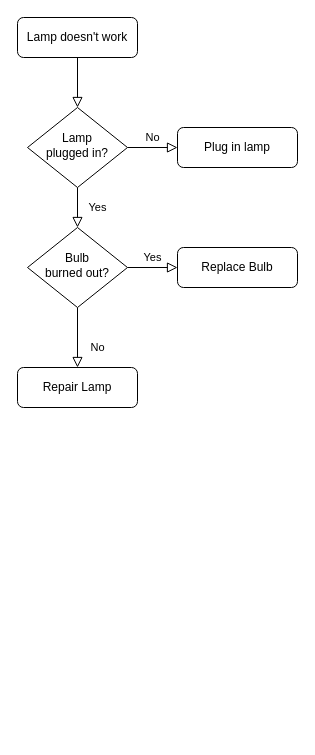
The draw.io diagram media/Diagrama sin título.drawio in mafcht/DEV003-md-links, before the edit. Source tidied: cells renumbered, new cells numbered last; positions are measured from the earlier drawing's top-left corner, leaving out a move shared by most shapes. Both pictures are drawn from the tidied source at 100%, with x=0, y=0 at pixel (17, 17).
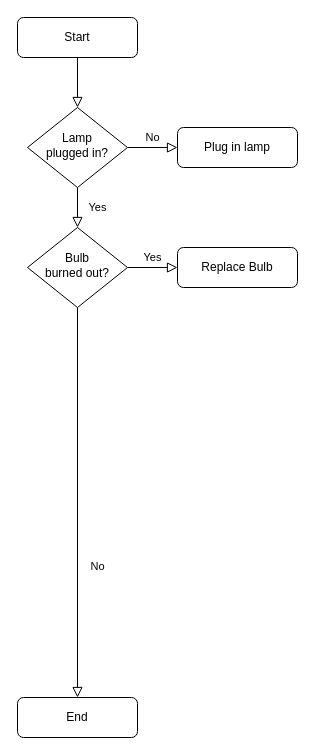
Above is the later version.

What changed in the source:
```diff
@@
 <mxGraphModel>
   <root>
     <mxCell id="0" />
     <mxCell id="1" parent="0" />
     <mxCell id="2" style="rounded=0;html=1;jettySize=auto;fontSize=11;endArrow=block;endFill=0;endSize=8;strokeWidth=1;shadow=0;labelBackgroundColor=none;edgeStyle=orthogonalEdgeStyle;" parent="1" edge="1" source="3" target="6">
       <mxGeometry relative="1" as="geometry" />
     </mxCell>
-    <mxCell id="3" value="Lamp doesn't work" style="rounded=1;whiteSpace=wrap;html=1;fontSize=12;glass=0;strokeWidth=1;shadow=0;" parent="1" vertex="1">
+    <mxCell id="3" value="Start" style="rounded=1;whiteSpace=wrap;html=1;fontSize=12;glass=0;strokeWidth=1;shadow=0;" parent="1" vertex="1">
       <mxGeometry width="120" height="40" as="geometry" />
     </mxCell>
     <mxCell id="4" value="Yes" style="rounded=0;html=1;jettySize=auto;fontSize=11;endArrow=block;endFill=0;endSize=8;strokeWidth=1;shadow=0;labelBackgroundColor=none;edgeStyle=orthogonalEdgeStyle;" parent="1" edge="1" source="6" target="10">
       <mxGeometry y="20" relative="1" as="geometry" />
     </mxCell>
     <mxCell id="5" value="No" style="edgeStyle=orthogonalEdgeStyle;rounded=0;html=1;jettySize=auto;fontSize=11;endArrow=block;endFill=0;endSize=8;strokeWidth=1;shadow=0;labelBackgroundColor=none;" parent="1" edge="1" source="6" target="7">
       <mxGeometry y="10" relative="1" as="geometry" />
     </mxCell>
     <mxCell id="6" value="Lamp&lt;br&gt;plugged in?" style="rhombus;whiteSpace=wrap;html=1;shadow=0;fontFamily=Helvetica;fontSize=12;align=center;strokeWidth=1;spacing=6;spacingTop=-4;" parent="1" vertex="1">
       <mxGeometry x="10" y="90" width="100" height="80" as="geometry" />
     </mxCell>
     <mxCell id="7" value="Plug in lamp" style="rounded=1;whiteSpace=wrap;html=1;fontSize=12;glass=0;strokeWidth=1;shadow=0;" parent="1" vertex="1">
       <mxGeometry x="160" y="110" width="120" height="40" as="geometry" />
     </mxCell>
     <mxCell id="8" value="No" style="rounded=0;html=1;jettySize=auto;fontSize=11;endArrow=block;endFill=0;endSize=8;strokeWidth=1;shadow=0;labelBackgroundColor=none;edgeStyle=orthogonalEdgeStyle;" parent="1" edge="1" source="10" target="11">
       <mxGeometry x="0.33" y="20" relative="1" as="geometry" />
     </mxCell>
     <mxCell id="9" value="Yes" style="edgeStyle=orthogonalEdgeStyle;rounded=0;html=1;jettySize=auto;fontSize=11;endArrow=block;endFill=0;endSize=8;strokeWidth=1;shadow=0;labelBackgroundColor=none;" parent="1" edge="1" source="10" target="12">
       <mxGeometry y="10" relative="1" as="geometry" />
     </mxCell>
     <mxCell id="10" value="Bulb&lt;br&gt;burned out?" style="rhombus;whiteSpace=wrap;html=1;shadow=0;fontFamily=Helvetica;fontSize=12;align=center;strokeWidth=1;spacing=6;spacingTop=-4;" parent="1" vertex="1">
       <mxGeometry x="10" y="210" width="100" height="80" as="geometry" />
     </mxCell>
-    <mxCell id="11" value="Repair Lamp" style="rounded=1;whiteSpace=wrap;html=1;fontSize=12;glass=0;strokeWidth=1;shadow=0;" parent="1" vertex="1">
-      <mxGeometry y="350" width="120" height="40" as="geometry" />
+    <mxCell id="11" value="End" style="rounded=1;whiteSpace=wrap;html=1;fontSize=12;glass=0;strokeWidth=1;shadow=0;" parent="1" vertex="1">
+      <mxGeometry y="680" width="120" height="40" as="geometry" />
     </mxCell>
     <mxCell id="12" value="Replace Bulb" style="rounded=1;whiteSpace=wrap;html=1;fontSize=12;glass=0;strokeWidth=1;shadow=0;" parent="1" vertex="1">
       <mxGeometry x="160" y="230" width="120" height="40" as="geometry" />
     </mxCell>
   </root>
 </mxGraphModel>
```
